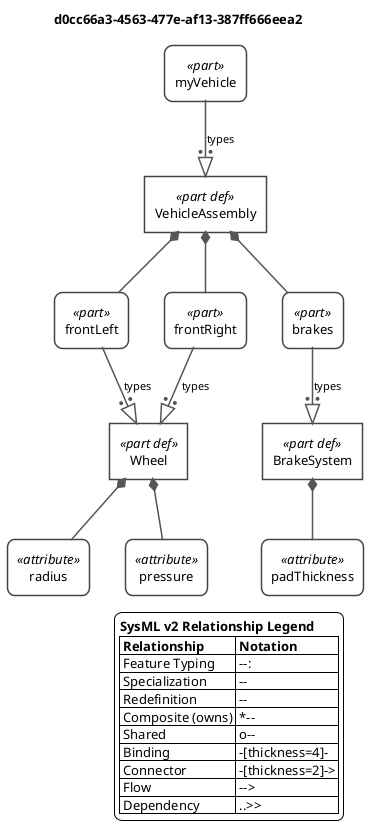
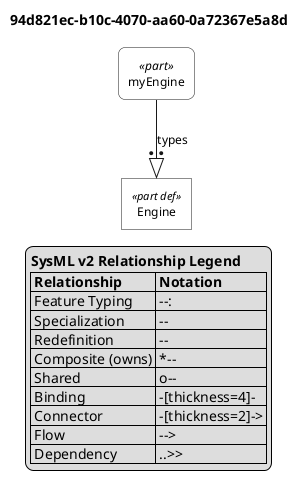
- '' Usage vs Definition
- '' Shows the visual distinction between definitions (sharp corners, <<part def>>) and usages (rounded, <<part>>).
@startuml

- <style>
- root {
-     BackGroundColor white
-     FontName Helvetica
-     FontSize 13
- }
- rectangle {
-     LineColor #444444
-     LineThickness 1.5
-     BackgroundColor white
-     Padding 10
- }
- arrow {
-     LineColor #555555
-     LineThickness 1.5
-     FontSize 11
- }
- </style>
+ skinparam monochrome true
+ skinparam wrapWidth 300
+ skinparam defaultFontSize 12
+ skinparam defaultFontName Helvetica

- skinparam wrapWidth 400
- 
+ ' Definitions: sharp corners, plain background
skinparam rectangle<<part def>> {
    RoundCorner 0
+     BackgroundColor white
+     StereotypeFontSize 11
}
skinparam rectangle<<item def>> {
    RoundCorner 0
+     BackgroundColor white
}
skinparam rectangle<<attribute def>> {
    RoundCorner 0
+     BackgroundColor white
}
skinparam rectangle<<port def>> {
    RoundCorner 0
+     BackgroundColor white
}
skinparam rectangle<<action def>> {
    RoundCorner 0
+     BackgroundColor white
}
skinparam rectangle<<state def>> {
    RoundCorner 0
+     BackgroundColor white
}
skinparam rectangle<<requirement def>> {
    RoundCorner 0
+     BackgroundColor white
}
+ skinparam rectangle<<view def>> {
+     RoundCorner 0
+     BackgroundColor white
+ }
+ skinparam rectangle<<viewpoint def>> {
+     RoundCorner 0
+     BackgroundColor white
+ }
+ skinparam rectangle<<enumeration def>> {
+     RoundCorner 0
+     BackgroundColor white
+ }
+ 
+ ' Usages: rounded corners, plain background
skinparam rectangle<<part>> {
    RoundCorner 15
+     BackgroundColor white
}
skinparam rectangle<<item>> {
    RoundCorner 15
+     BackgroundColor white
}
skinparam rectangle<<attribute>> {
    RoundCorner 15
+     BackgroundColor white
}
skinparam rectangle<<port>> {
    RoundCorner 15
+     BackgroundColor white
}
skinparam rectangle<<action>> {
    RoundCorner 15
+     BackgroundColor white
}
skinparam rectangle<<state>> {
    RoundCorner 15
+     BackgroundColor white
}
skinparam rectangle<<requirement>> {
    RoundCorner 15
+     BackgroundColor white
}
+ skinparam rectangle<<view>> {
+     RoundCorner 15
+     BackgroundColor white
+ }
+ skinparam rectangle<<viewpoint>> {
+     RoundCorner 15
+     BackgroundColor white
+ }
+ skinparam rectangle<<enumeration>> {
+     RoundCorner 15
+     BackgroundColor white
+ }
+ 
+ ' Views as folders
skinparam folder<<view def>> {
-     BackgroundColor #F5E6FF
-     BorderColor #8E44AD
+     BackgroundColor white
}
skinparam folder<<view>> {
-     BackgroundColor #F5E6FF
-     BorderColor #8E44AD
+     BackgroundColor white
}

top to bottom direction

- title d0cc66a3-4563-477e-af13-387ff666eea2
+ title 94d821ec-b10c-4070-aa60-0a72367e5a8d

hide circle

- rectangle "Wheel" as E1 <<(P,#32CD32) part def>>
- rectangle "radius" as E2 <<(A,#32CD32) attribute>>
- rectangle "pressure" as E3 <<(A,#32CD32) attribute>>
- rectangle "BrakeSystem" as E4 <<(P,#32CD32) part def>>
- rectangle "padThickness" as E5 <<(A,#32CD32) attribute>>
- rectangle "VehicleAssembly" as E6 <<(P,#32CD32) part def>>
- rectangle "frontLeft" as E7 <<(P,#32CD32) part>>
- rectangle "frontRight" as E8 <<(P,#32CD32) part>>
- rectangle "brakes" as E9 <<(P,#32CD32) part>>
- rectangle "myVehicle" as E10 <<(P,#32CD32) part>>
+ rectangle "Engine" as E1 <<part def>>
+ rectangle "myEngine" as E2 <<part>>

- E1 *-- E2
- E1 *-- E3
- E4 *-- E5
- E6 *-- E7
- E7 --:|> E1 : types
- E6 *-- E8
- E8 --:|> E1 : types
- E6 *-- E9
- E9 --:|> E4 : types
- E10 --:|> E6 : types
+ E2 --:|> E1 : types

legend right
  <b>SysML v2 Relationship Legend</b>
  |= Relationship |= Notation |
  | Feature Typing | --:|> |
  | Specialization | --|> |
  | Redefinition | --||> |
  | Composite (owns) | *-- |
  | Shared | o-- |
  | Binding | -[thickness=4]- |
  | Connector | -[thickness=2]-> |
  | Flow | --> |
  | Dependency | ..>> |
endlegend

@enduml